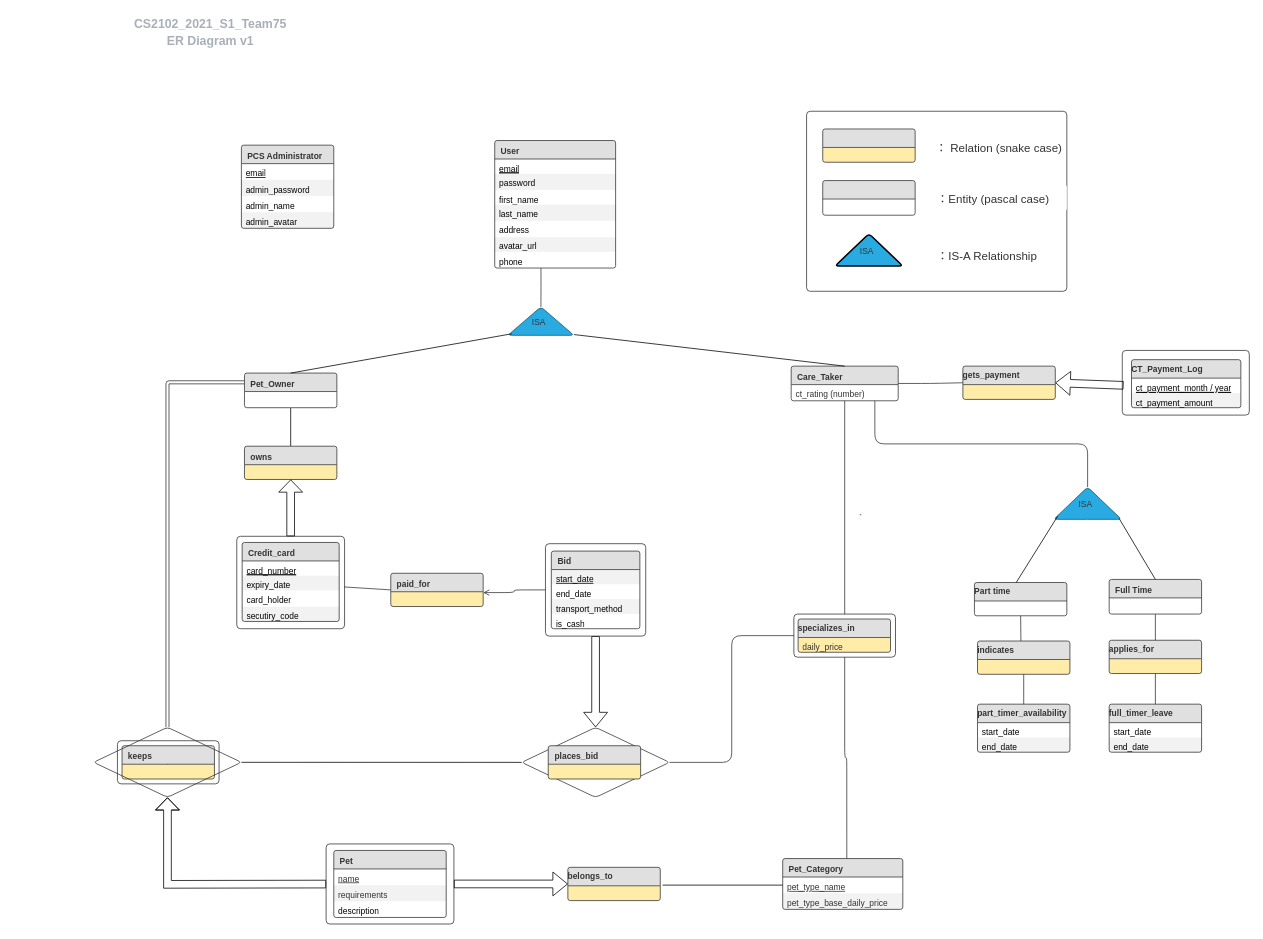
Before: er_diagram.drawio in tysg/petpets, a draw.io diagram. Source tidied: cells renumbered, new cells numbered last; positions are measured from the earlier drawing's top-left corner, leaving out a move shared by most shapes. Both pictures are drawn from the tidied source at 77%, with x=0, y=0 at pixel (13, 13).
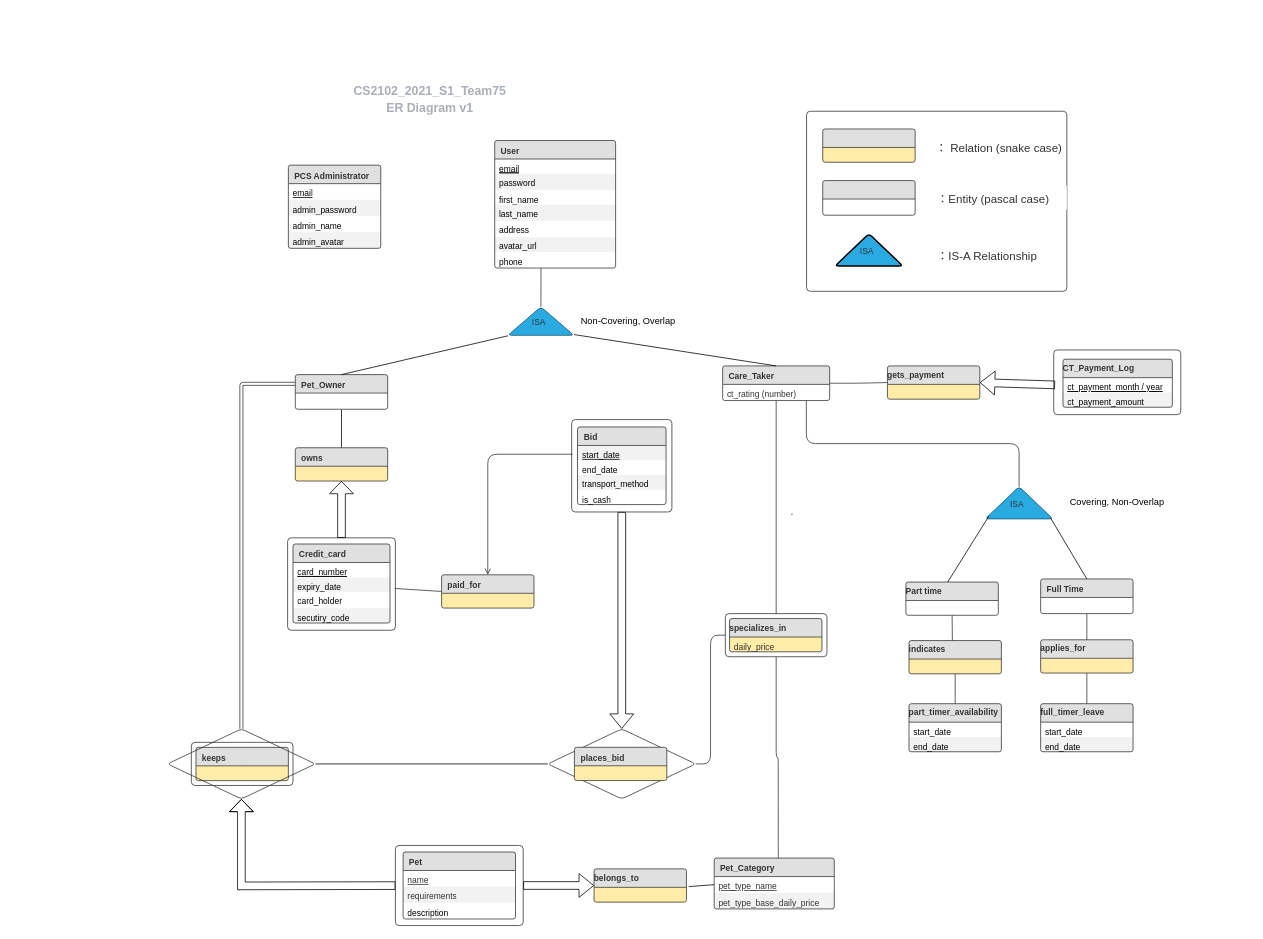
Above is the later version.

Commit message:
compact it alittle

The change refers to these unchanged cells:
```xml
<mxCell id="38" value="ISA" style="html=1;whiteSpace=wrap;shape=triangle;direction=north;fontSize=11;fontColor=#333333;align=center;spacingLeft=6.72;spacingRight=11.2;spacingTop=3.2;spacing=3;strokeColor=#155571;fillOpacity=100;rounded=1;absoluteArcSize=1;arcSize=9.6;fillColor=#29aae1;" parent="1" vertex="1">
  <mxGeometry x="642" y="381" width="86" height="37" as="geometry" />
</mxCell>
```

Diff of the diagram source:
```diff
@@
     <mxCell id="4" value="Care_Taker" style="html=1;whiteSpace=wrap;swimlane;horizontal=1;swimlaneFillColor=#ffffff;startSize=24;fontSize=11;fontColor=#333333;align=left;spacingLeft=6.72;spacingRight=11.2;spacingTop=3.2;spacing=2;strokeColor=#333333;strokeOpacity=100;fillOpacity=100;rounded=1;absoluteArcSize=1;arcSize=6;fillColor=#ffffff;fillColor=#e0e0e0;" parent="1" vertex="1">
-      <mxGeometry x="1010" y="458" width="139" height="45" as="geometry" />
+      <mxGeometry x="921" y="457.7" width="139" height="45" as="geometry" />
     </mxCell>
@@
     <mxCell id="7" value="Pet_Owner" style="html=1;whiteSpace=wrap;swimlane;horizontal=1;swimlaneFillColor=#ffffff;startSize=24;fontSize=11;fontColor=#333333;align=left;spacingLeft=6.72;spacingRight=11.2;spacingTop=3.2;spacing=2;strokeColor=#333333;strokeOpacity=100;fillOpacity=100;rounded=1;absoluteArcSize=1;arcSize=6;fillColor=#ffffff;fillColor=#e0e0e0;" parent="1" vertex="1">
-      <mxGeometry x="300" y="467" width="120" height="45" as="geometry" />
+      <mxGeometry x="366" y="469" width="120" height="45" as="geometry" />
     </mxCell>
@@
     <mxCell id="9" value="Full Time" style="html=1;whiteSpace=wrap;swimlane;horizontal=1;swimlaneFillColor=#ffffff;startSize=24;fontSize=11;fontColor=#333333;align=left;spacingLeft=6.72;spacingRight=11.2;spacingTop=3.2;spacing=2;strokeColor=#333333;strokeOpacity=100;fillOpacity=100;rounded=1;absoluteArcSize=1;arcSize=6;fillColor=#ffffff;fillColor=#e0e0e0;" parent="1" vertex="1">
-      <mxGeometry x="1423" y="735" width="120" height="45" as="geometry" />
+      <mxGeometry x="1334" y="734.4" width="120" height="45" as="geometry" />
     </mxCell>
@@
     <mxCell id="11" value="Part time" style="html=1;whiteSpace=wrap;swimlane;horizontal=1;swimlaneFillColor=#ffffff;startSize=24;fontSize=11;fontColor=#333333;align=left;spacing=0;strokeColor=#333333;strokeOpacity=100;fillOpacity=100;rounded=1;absoluteArcSize=1;arcSize=6;fillColor=#ffffff;fillColor=#e0e0e0;" parent="1" vertex="1">
-      <mxGeometry x="1248" y="739" width="120" height="43.2" as="geometry" />
+      <mxGeometry x="1159" y="738.4" width="120" height="43.2" as="geometry" />
     </mxCell>
@@
     <mxCell id="21" style="group;" parent="1" vertex="1">
-      <mxGeometry width="512" height="46" as="geometry" />
+      <mxGeometry x="285" y="87" width="512" height="46" as="geometry" />
     </mxCell>
@@
     <mxCell id="23" value="Pet" style="html=1;whiteSpace=wrap;swimlane;horizontal=1;swimlaneFillColor=#ffffff;startSize=24;fontSize=11;fontColor=#333333;align=left;spacingLeft=6.72;spacingRight=11.2;spacingTop=3.2;spacing=2;strokeColor=#333333;strokeOpacity=100;fillOpacity=100;rounded=1;absoluteArcSize=1;arcSize=6;fillColor=#ffffff;fillColor=#e0e0e0;" parent="1" vertex="1">
-      <mxGeometry x="416" y="1087" width="146" height="87" as="geometry" />
+      <mxGeometry x="506" y="1089" width="146" height="87" as="geometry" />
     </mxCell>
@@
     <mxCell id="27" value="Pet_Category" style="html=1;whiteSpace=wrap;swimlane;horizontal=1;swimlaneFillColor=#ffffff;startSize=24;fontSize=11;fontColor=#333333;align=left;spacingLeft=6.72;spacingRight=11.2;spacingTop=3.2;spacing=2;strokeColor=#333333;strokeOpacity=100;fillOpacity=100;rounded=1;absoluteArcSize=1;arcSize=6;fillColor=#ffffff;fillColor=#e0e0e0;" parent="1" vertex="1">
-      <mxGeometry x="999" y="1097.5" width="156" height="66" as="geometry" />
+      <mxGeometry x="910" y="1096.9" width="156" height="66" as="geometry" />
     </mxCell>
@@
     <mxCell id="30" value="PCS Administrator" style="html=1;whiteSpace=wrap;swimlane;horizontal=1;swimlaneFillColor=#ffffff;startSize=24;fontSize=11;fontColor=#333333;align=left;spacingLeft=6.72;spacingRight=11.2;spacingTop=3.2;spacing=2;strokeColor=#333333;strokeOpacity=100;fillOpacity=100;rounded=1;absoluteArcSize=1;arcSize=6;fillColor=#ffffff;fillColor=#e0e0e0;" parent="1" vertex="1">
-      <mxGeometry x="296" y="171" width="120" height="108" as="geometry" />
+      <mxGeometry x="357" y="197" width="120" height="108" as="geometry" />
     </mxCell>
@@
     <mxCell id="35" style="html=1;jettySize=18;overflow=width;rounded=0;startArrow=none;endArrow=none;exitX=0.5;exitY=1.0069444444444444;exitPerimeter=1;" parent="1" edge="1" source="53">
       <mxGeometry relative="1" as="geometry">
-        <mxPoint x="200" y="972" as="targetPoint" />
+        <mxPoint x="296" y="974.1" as="targetPoint" />
       </mxGeometry>
     </mxCell>
@@
-    <mxCell id="39" style="html=1;jettySize=18;overflow=width;rounded=0;startArrow=none;endArrow=none;exitX=0.054;exitY=0.058;exitPerimeter=0;entryX=0.5;entryY=-0.006666666666666667;entryPerimeter=1;exitDx=0;exitDy=0;" parent="1" edge="1" source="38" target="7">
+    <mxCell id="39" style="html=1;jettySize=18;overflow=width;rounded=0;startArrow=none;endArrow=none;exitX=-0.016;exitY=0.003;exitPerimeter=0;entryX=0.5;entryY=-0.006666666666666667;entryPerimeter=1;exitDx=0;exitDy=0;" parent="1" edge="1" source="38" target="7">
       <mxGeometry relative="1" as="geometry" />
     </mxCell>
@@
     <mxCell id="43" value="specializes_in" style="html=1;whiteSpace=wrap;swimlane;horizontal=1;swimlaneFillColor=#ffeca9;startSize=24;fontSize=11;fontColor=#333333;align=left;spacing=0;strokeColor=#333333;strokeOpacity=100;fillOpacity=100;rounded=1;absoluteArcSize=1;arcSize=6;fillColor=#ffeca9;fillColor=#e0e0e0;" parent="1" vertex="1">
-      <mxGeometry x="1019" y="786.4" width="120" height="43.2" as="geometry" />
+      <mxGeometry x="930" y="785.8" width="120" height="43.2" as="geometry" />
     </mxCell>
@@
     <mxCell id="45" value="Credit_card" style="html=1;whiteSpace=wrap;swimlane;horizontal=1;swimlaneFillColor=#ffffff;startSize=24;fontSize=11;fontColor=#333333;align=left;spacingLeft=6.72;spacingRight=11.2;spacingTop=3.2;spacing=2;strokeColor=#333333;strokeOpacity=100;fillOpacity=100;rounded=1;absoluteArcSize=1;arcSize=6;fillColor=#ffffff;fillColor=#e0e0e0;" parent="1" vertex="1">
-      <mxGeometry x="297" y="687" width="126" height="102.6" as="geometry" />
+      <mxGeometry x="363" y="689" width="126" height="102.6" as="geometry" />
     </mxCell>
@@
     <mxCell id="50" value="belongs_to" style="html=1;whiteSpace=wrap;swimlane;horizontal=1;swimlaneFillColor=#ffeca9;startSize=24;fontSize=11;fontColor=#333333;align=left;spacing=0;strokeColor=#333333;strokeOpacity=100;fillOpacity=100;rounded=1;absoluteArcSize=1;arcSize=6;fillColor=#ffeca9;fillColor=#e0e0e0;" parent="1" vertex="1">
-      <mxGeometry x="720" y="1108.9" width="120" height="43.2" as="geometry" />
+      <mxGeometry x="754" y="1110.9" width="120" height="43.2" as="geometry" />
     </mxCell>
@@
     <mxCell id="52" style="html=1;jettySize=18;overflow=width;strokeColor=#333333;strokeOpacity=100;rounded=0;startArrow=none;endArrow=none;" parent="1" edge="1">
       <mxGeometry relative="1" as="geometry">
-        <mxPoint x="1101" y="651" as="sourcePoint" />
-        <mxPoint x="1099" y="651" as="targetPoint" />
+        <mxPoint x="1012" y="650.4" as="sourcePoint" />
+        <mxPoint x="1010" y="650.4" as="targetPoint" />
       </mxGeometry>
     </mxCell>
     <mxCell id="53" value="keeps" style="html=1;whiteSpace=wrap;swimlane;horizontal=1;swimlaneFillColor=#ffeca9;startSize=24;fontSize=11;fontColor=#333333;align=left;spacingLeft=6.72;spacingRight=11.2;spacingTop=3.2;spacing=2;strokeColor=#333333;strokeOpacity=100;fillOpacity=100;rounded=1;absoluteArcSize=1;arcSize=6;fillColor=#ffeca9;fillColor=#e0e0e0;" parent="1" vertex="1">
-      <mxGeometry x="141" y="951" width="120" height="43.2" as="geometry" />
+      <mxGeometry x="237" y="953.1" width="120" height="43.2" as="geometry" />
     </mxCell>
@@
     <mxCell id="55" value="paid_for" style="html=1;whiteSpace=wrap;swimlane;horizontal=1;swimlaneFillColor=#ffeca9;startSize=24;fontSize=11;fontColor=#333333;align=left;spacingLeft=6.72;spacingRight=11.2;spacingTop=3.2;spacing=2;strokeColor=#333333;strokeOpacity=100;fillOpacity=100;rounded=1;absoluteArcSize=1;arcSize=6;fillColor=#ffeca9;fillColor=#e0e0e0;" parent="1" vertex="1">
-      <mxGeometry x="490" y="727" width="120" height="43.2" as="geometry" />
+      <mxGeometry x="556" y="729" width="120" height="43.2" as="geometry" />
     </mxCell>
@@
     <mxCell id="57" value="ISA" style="html=1;whiteSpace=wrap;shape=triangle;direction=north;fontSize=11;fontColor=#333333;align=center;spacingLeft=6.72;spacingRight=11.2;spacingTop=3.2;spacing=3;strokeColor=#155571;fillOpacity=100;rounded=1;absoluteArcSize=1;arcSize=9.6;fillColor=#29aae1;" parent="1" vertex="1">
-      <mxGeometry x="1351" y="615" width="88" height="42" as="geometry" />
+      <mxGeometry x="1262" y="614.4" width="88" height="42" as="geometry" />
     </mxCell>
@@
     <mxCell id="62" value="owns" style="html=1;whiteSpace=wrap;swimlane;horizontal=1;swimlaneFillColor=#ffeca9;startSize=24;fontSize=11;fontColor=#333333;align=left;spacingLeft=6.72;spacingRight=11.2;spacingTop=3.2;spacing=2;strokeColor=#333333;strokeOpacity=100;fillOpacity=100;rounded=1;absoluteArcSize=1;arcSize=6;fillColor=#ffeca9;fillColor=#e0e0e0;" parent="1" vertex="1">
-      <mxGeometry x="300" y="562" width="120" height="43.2" as="geometry" />
+      <mxGeometry x="366" y="564" width="120" height="43.2" as="geometry" />
     </mxCell>
@@
     <mxCell id="71" style="edgeStyle=none;shape=flexArrow;rounded=0;jettySize=auto;html=1;entryX=0.5;entryY=1;entryDx=0;entryDy=0;startSize=5;endArrow=classic;endFill=1;endSize=5;" parent="1" edge="1" source="72" target="81">
       <mxGeometry relative="1" as="geometry">
         <Array as="points">
-          <mxPoint x="200" y="1131" />
+          <mxPoint x="296" y="1133" />
         </Array>
       </mxGeometry>
     </mxCell>
     <mxCell id="72" style="html=1;whiteSpace=wrap;fontSize=11;spacing=0;strokeColor=#333333;strokeOpacity=100;fillOpacity=0;rounded=1;absoluteArcSize=1;arcSize=9.6;fillColor=#000000;" parent="1" vertex="1">
-      <mxGeometry x="406" y="1078.5" width="166" height="104" as="geometry" />
+      <mxGeometry x="496" y="1080.5" width="166" height="104" as="geometry" />
     </mxCell>
     <mxCell id="73" value="CT_Payment_Log" style="html=1;whiteSpace=wrap;swimlane;horizontal=1;swimlaneFillColor=#ffffff;startSize=24;fontSize=11;fontColor=#333333;align=left;spacing=0;strokeColor=#333333;strokeOpacity=100;fillOpacity=100;rounded=1;absoluteArcSize=1;arcSize=6;fillColor=#ffffff;fillColor=#e0e0e0;" parent="1" vertex="1">
-      <mxGeometry x="1452" y="449.6" width="142" height="62.4" as="geometry" />
+      <mxGeometry x="1363" y="449" width="142" height="62.4" as="geometry" />
     </mxCell>
@@
     <mxCell id="76" value="gets_payment" style="html=1;whiteSpace=wrap;swimlane;horizontal=1;swimlaneFillColor=#ffeca9;startSize=24;fontSize=11;fontColor=#333333;align=left;spacing=0;strokeColor=#333333;strokeOpacity=100;fillOpacity=100;rounded=1;absoluteArcSize=1;arcSize=6;fillColor=#ffeca9;fillColor=#e0e0e0;" parent="1" vertex="1">
-      <mxGeometry x="1233" y="458" width="120" height="43.2" as="geometry" />
+      <mxGeometry x="1135" y="457.7" width="120" height="43.2" as="geometry" />
     </mxCell>
@@
     <mxCell id="79" style="html=1;whiteSpace=wrap;fontSize=11;spacing=0;strokeColor=#333333;strokeOpacity=100;fillOpacity=0;rounded=1;absoluteArcSize=1;arcSize=9.6;fillColor=#000000;" parent="1" vertex="1">
-      <mxGeometry x="1013.5" y="780" width="132" height="56" as="geometry" />
+      <mxGeometry x="924.5" y="779.4" width="132" height="56" as="geometry" />
     </mxCell>
@@
     <mxCell id="81" style="html=1;whiteSpace=wrap;shape=rhombus;fontSize=11;spacing=0;strokeColor=#333333;strokeOpacity=100;fillOpacity=0;rounded=1;absoluteArcSize=1;arcSize=9.6;fillColor=#000000;" parent="1" vertex="1">
-      <mxGeometry x="104" y="927" width="192" height="91" as="geometry" />
+      <mxGeometry x="200" y="929.1" width="192" height="91" as="geometry" />
     </mxCell>
     <mxCell id="82" style="html=1;whiteSpace=wrap;shape=rhombus;fontSize=11;spacing=0;strokeColor=#333333;strokeOpacity=100;fillOpacity=0;rounded=1;absoluteArcSize=1;arcSize=9.6;fillColor=#000000;" parent="1" vertex="1">
-      <mxGeometry x="660" y="927.1" width="192" height="91" as="geometry" />
+      <mxGeometry x="694" y="929.1" width="192" height="91" as="geometry" />
     </mxCell>
@@
-    <mxCell id="85" style="html=1;jettySize=18;overflow=width;strokeColor=#333333;strokeOpacity=100;rounded=1;arcSize=24;edgeStyle=orthogonalEdgeStyle;startArrow=open;endArrow=none;exitX=1.0025;exitY=0.5817417078924021;exitPerimeter=1;" parent="1" edge="1" source="55" target="113">
-      <mxGeometry relative="1" as="geometry" />
+    <mxCell id="85" style="html=1;jettySize=18;overflow=width;strokeColor=#333333;strokeOpacity=100;rounded=1;arcSize=24;edgeStyle=orthogonalEdgeStyle;startArrow=open;endArrow=none;exitX=0.5;exitY=0;entryX=0.009;entryY=0.375;entryDx=0;entryDy=0;entryPerimeter=0;exitDx=0;exitDy=0;" parent="1" edge="1" source="55" target="113">
+      <mxGeometry relative="1" as="geometry">
+        <Array as="points">
+          <mxPoint x="616" y="572" />
+        </Array>
+      </mxGeometry>
     </mxCell>
@@
     <mxCell id="87" value="part_timer_availability" style="html=1;whiteSpace=wrap;swimlane;horizontal=1;swimlaneFillColor=#ffffff;startSize=24;fontSize=11;fontColor=#333333;align=left;spacing=0;strokeColor=#333333;strokeOpacity=100;fillOpacity=100;rounded=1;absoluteArcSize=1;arcSize=6;fillColor=#ffffff;fillColor=#e0e0e0;" parent="1" vertex="1">
-      <mxGeometry x="1252" y="897" width="120" height="62.4" as="geometry" />
+      <mxGeometry x="1163" y="896.4" width="120" height="62.4" as="geometry" />
     </mxCell>
@@
     <mxCell id="90" value="full_timer_leave" style="html=1;whiteSpace=wrap;swimlane;horizontal=1;swimlaneFillColor=#ffffff;startSize=24;fontSize=11;fontColor=#333333;align=left;spacing=0;strokeColor=#333333;strokeOpacity=100;fillOpacity=100;rounded=1;absoluteArcSize=1;arcSize=6;fillColor=#ffffff;fillColor=#e0e0e0;" parent="1" vertex="1">
-      <mxGeometry x="1423" y="897" width="120" height="62.4" as="geometry" />
+      <mxGeometry x="1334" y="896.4" width="120" height="62.4" as="geometry" />
     </mxCell>
@@
     <mxCell id="93" value="indicates" style="html=1;whiteSpace=wrap;swimlane;horizontal=1;swimlaneFillColor=#ffeca9;startSize=24;fontSize=11;fontColor=#333333;align=left;spacing=0;strokeColor=#333333;strokeOpacity=100;fillOpacity=100;rounded=1;absoluteArcSize=1;arcSize=6;fillColor=#ffeca9;fillColor=#e0e0e0;" parent="1" vertex="1">
-      <mxGeometry x="1252" y="815" width="120" height="43.2" as="geometry" />
+      <mxGeometry x="1163" y="814.4" width="120" height="43.2" as="geometry" />
     </mxCell>
@@
     <mxCell id="95" value="applies_for" style="html=1;whiteSpace=wrap;swimlane;horizontal=1;swimlaneFillColor=#ffeca9;startSize=24;fontSize=11;fontColor=#333333;align=left;spacing=0;strokeColor=#333333;strokeOpacity=100;fillOpacity=100;rounded=1;absoluteArcSize=1;arcSize=6;fillColor=#ffeca9;fillColor=#e0e0e0;" parent="1" vertex="1">
-      <mxGeometry x="1423" y="814" width="120" height="43.2" as="geometry" />
+      <mxGeometry x="1334" y="813.4" width="120" height="43.2" as="geometry" />
     </mxCell>
@@
     <mxCell id="101" style="html=1;whiteSpace=wrap;fontSize=11;spacing=0;strokeColor=#333333;strokeOpacity=100;fillOpacity=0;rounded=1;absoluteArcSize=1;arcSize=9.6;fillColor=#000000;" parent="1" vertex="1">
-      <mxGeometry x="290" y="679" width="140" height="120" as="geometry" />
+      <mxGeometry x="356" y="681" width="140" height="120" as="geometry" />
     </mxCell>
     <mxCell id="102" style="html=1;whiteSpace=wrap;fontSize=11;spacing=0;strokeColor=#333333;strokeOpacity=100;fillOpacity=0;rounded=1;absoluteArcSize=1;arcSize=9.6;fillColor=#000000;" parent="1" vertex="1">
-      <mxGeometry x="1440" y="437.6" width="165" height="84" as="geometry" />
+      <mxGeometry x="1351" y="437" width="165" height="84" as="geometry" />
     </mxCell>
@@
     <mxCell id="108" value="Bid" style="html=1;whiteSpace=wrap;swimlane;horizontal=1;swimlaneFillColor=#ffffff;startSize=24;fontSize=11;fontColor=#333333;align=left;spacingLeft=6.72;spacingRight=11.2;spacingTop=3.2;spacing=2;strokeColor=#333333;strokeOpacity=100;fillOpacity=100;rounded=1;absoluteArcSize=1;arcSize=6;fillColor=#ffffff;fillColor=#e0e0e0;" parent="1" vertex="1">
-      <mxGeometry x="698.5" y="698.2" width="115" height="100.8" as="geometry" />
+      <mxGeometry x="732.5" y="537" width="115" height="100.8" as="geometry" />
     </mxCell>
@@
     <mxCell id="113" style="html=1;whiteSpace=wrap;fontSize=11;spacing=0;strokeColor=#333333;strokeOpacity=100;fillOpacity=0;rounded=1;absoluteArcSize=1;arcSize=9.6;fillColor=#000000;" parent="1" vertex="1">
-      <mxGeometry x="690.9" y="688.6" width="130.2" height="120" as="geometry" />
+      <mxGeometry x="724.9" y="527.4" width="130.2" height="120" as="geometry" />
     </mxCell>
     <mxCell id="114" style="html=1;whiteSpace=wrap;fontSize=11;spacing=0;strokeColor=#333333;strokeOpacity=100;fillOpacity=0;rounded=1;absoluteArcSize=1;arcSize=9.6;fillColor=#000000;" parent="1" vertex="1">
-      <mxGeometry x="135" y="944.5" width="132" height="56" as="geometry" />
+      <mxGeometry x="231" y="946.6" width="132" height="56" as="geometry" />
     </mxCell>
+    <mxCell id="115" value="Covering, Non-Overlap" style="text;html=1;align=center;verticalAlign=middle;" parent="1" vertex="1">
+      <mxGeometry x="1363" y="625.4" width="140" height="20" as="geometry" />
+    </mxCell>
+    <mxCell id="116" value="Non-Covering, Overlap" style="text;html=1;align=center;verticalAlign=middle;" parent="1" vertex="1">
+      <mxGeometry x="728" y="389.5" width="140" height="20" as="geometry" />
+    </mxCell>
```
